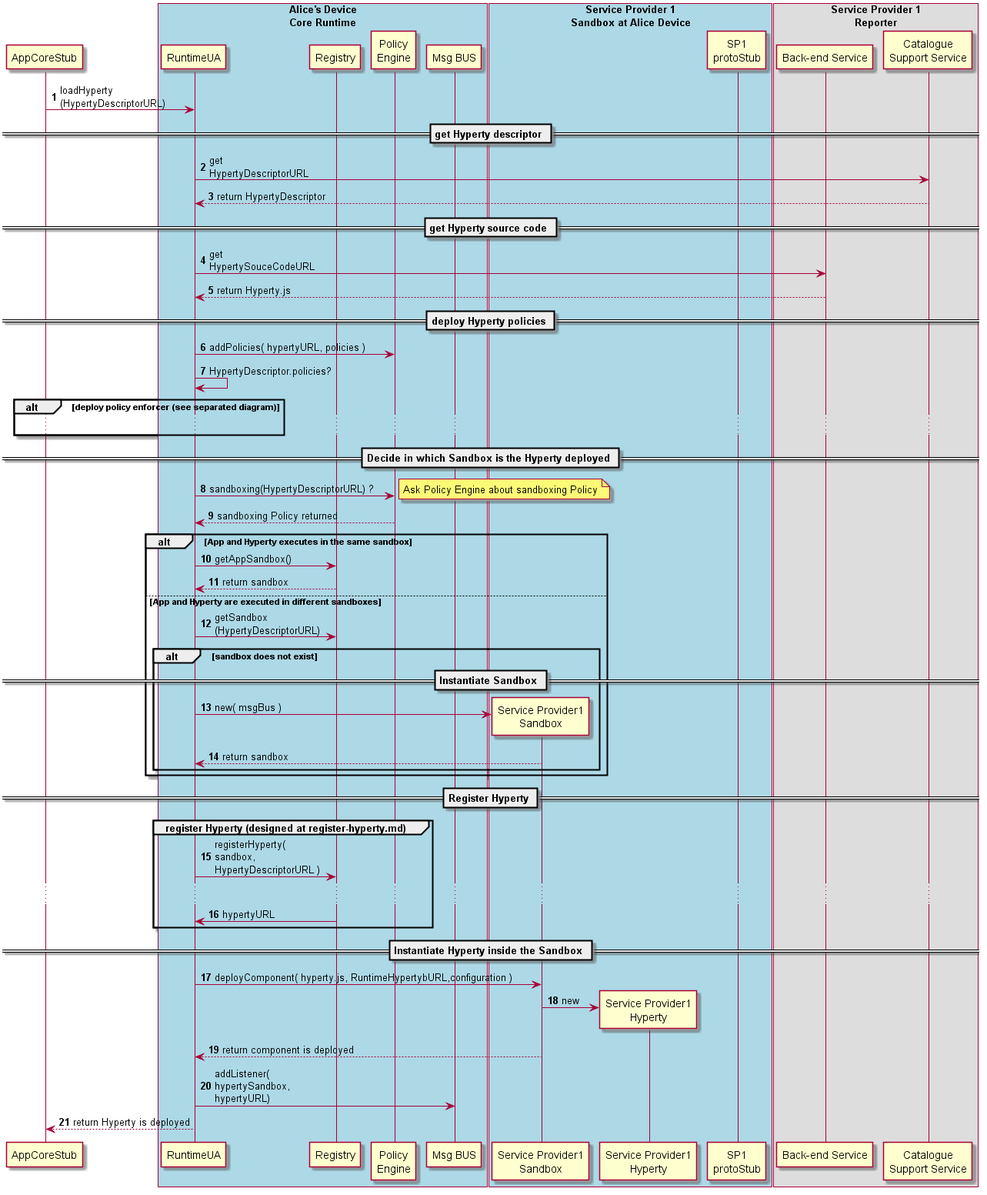
Earlier version of the PlantUML export dynamic-view/basics/deploy-hyperty.png (reTHINK-project/specs). Its source is kept beside it as dynamic-view/basics/deploy-hyperty.plantuml.
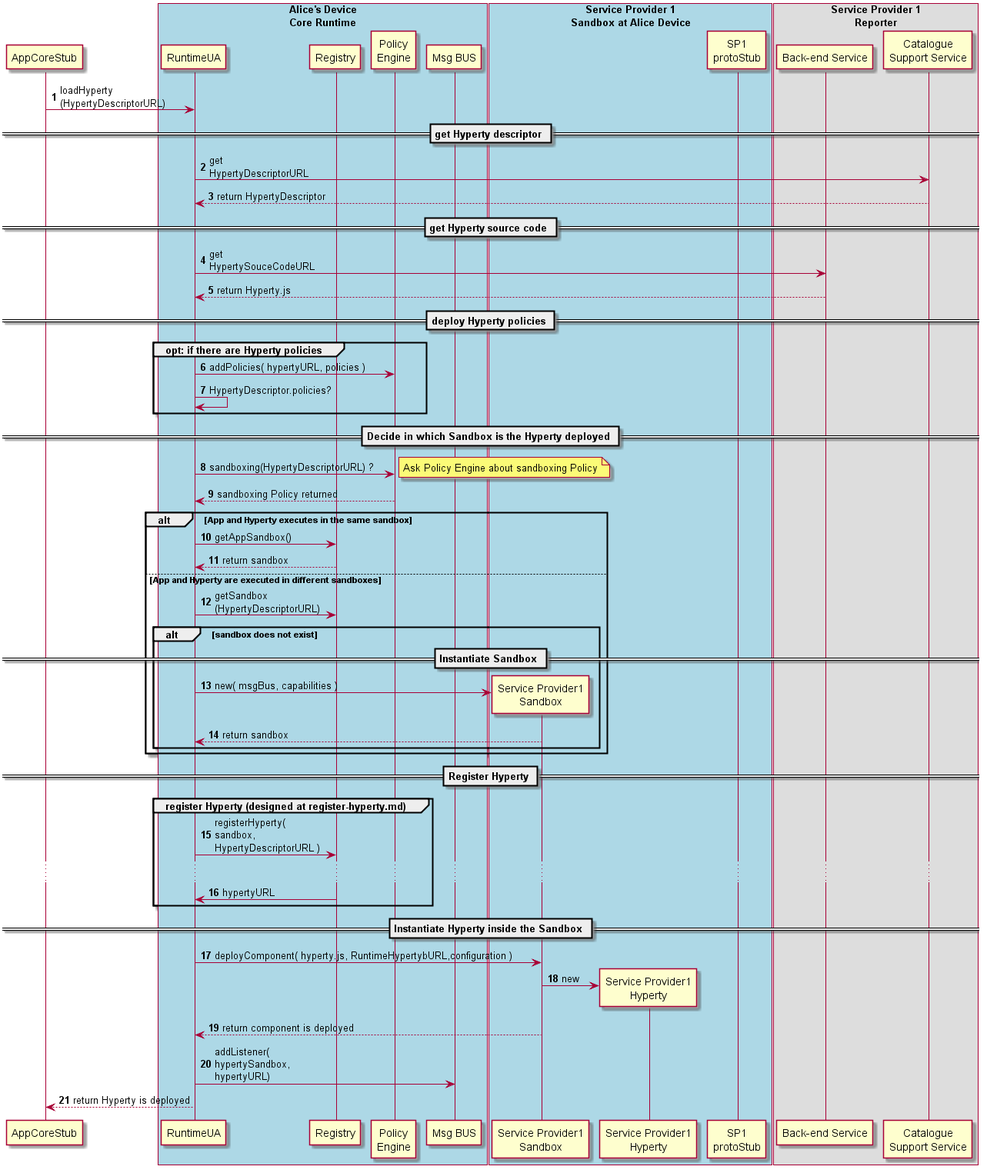
The same diagram one commit later.

Change to the diagram source:
```diff
@@ -42,15 +42,11 @@
 
 	== deploy Hyperty policies ==
 
-RunUA@A -> RunAuth@A : addPolicies( hypertyURL, policies )
+	group opt: if there are Hyperty policies
+		RunUA@A -> RunAuth@A : addPolicies( hypertyURL, policies )
 
-RunUA@A -> RunUA@A : HypertyDescriptor.policies?
-
-alt deploy policy enforcer (see separated diagram)
-
-...
-
-end
+		RunUA@A -> RunUA@A : HypertyDescriptor.policies?
+	end
 
 == Decide in which Sandbox is the Hyperty deployed ==
 
@@ -77,7 +73,7 @@
 == Instantiate Sandbox ==
 
 	create Sand1@A
-	RunUA@A -> Sand1@A : new( msgBus )
+	RunUA@A -> Sand1@A : new( msgBus, capabilities )
 
 	RunUA@A <-- Sand1@A : return sandbox
 
```
